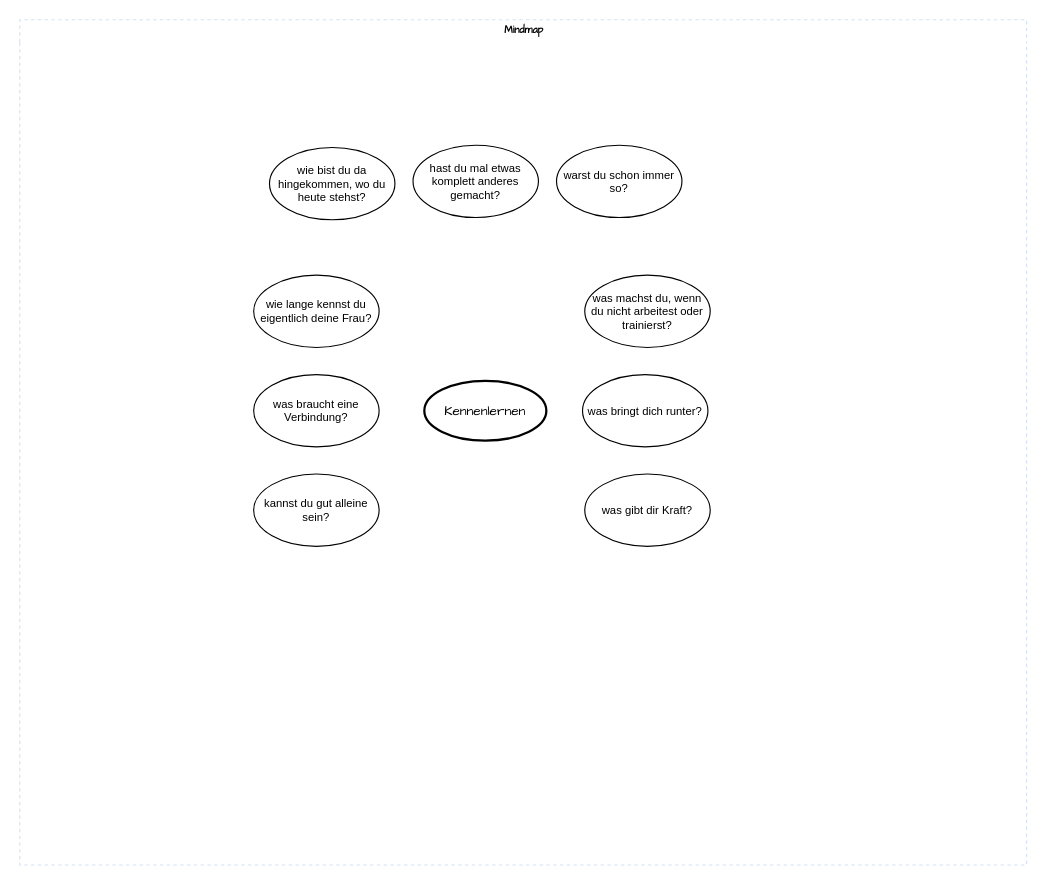
Before: Unbenanntes Diagramm.drawio in Kristian020519/private1, a draw.io diagram. Source tidied: cells renumbered, new cells numbered last; positions are measured from the earlier drawing's top-left corner, leaving out a move shared by most shapes. Both pictures are drawn from the tidied source at 113%, with x=0, y=0 at pixel (19, 19).
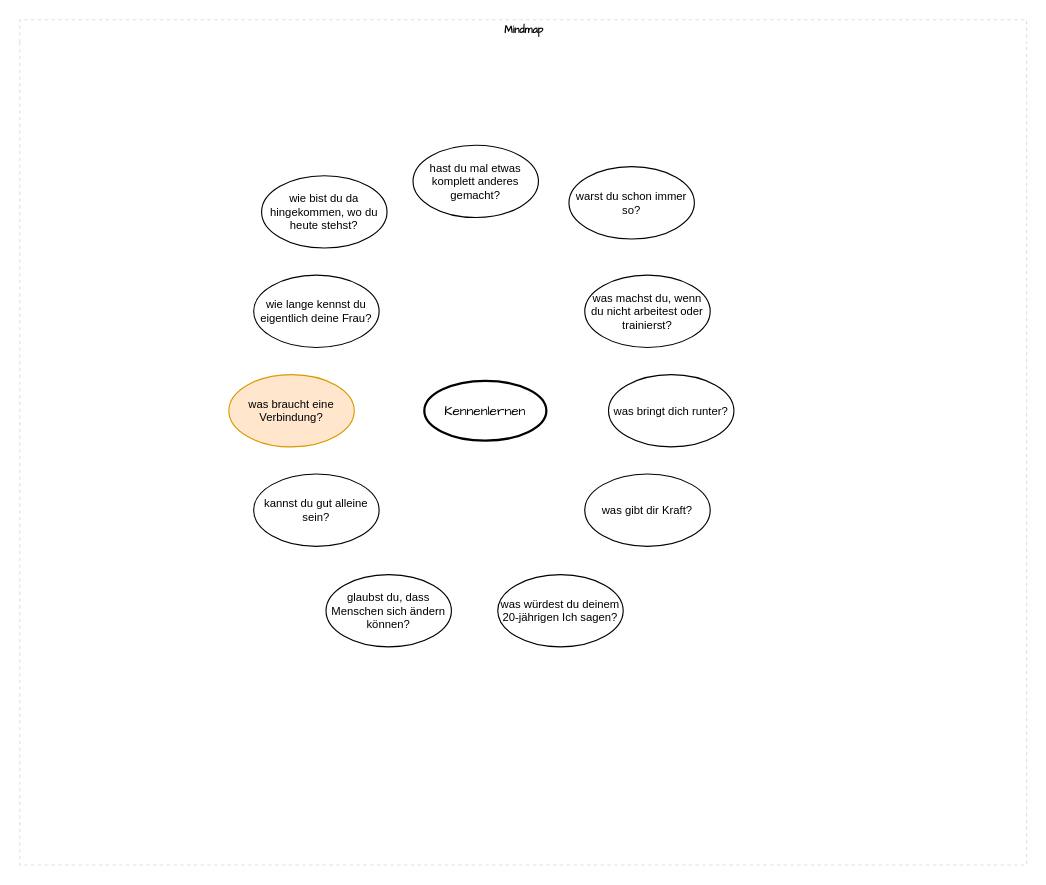
Above is the later version.

Change to the diagram source:
```diff
@@
 <mxGraphModel>
   <root>
     <mxCell id="0" />
     <mxCell id="1" parent="0" />
     <mxCell id="2" value="Mindmap" style="swimlane;html=1;startSize=20;horizontal=1;containerType=tree;labelBackgroundColor=none;strokeColor=#D4E1F5;strokeWidth=1;fillColor=none;fontFamily=Comic Sans MS;fontSize=9;swimlaneLine=0;dashed=1;" parent="1" vertex="1">
       <mxGeometry width="891" height="748" as="geometry" />
     </mxCell>
     <mxCell id="3" value="&lt;font face=&quot;Comic Sans MS&quot;&gt;Kennenlernen&lt;/font&gt;" style="ellipse;whiteSpace=wrap;html=1;align=center;strokeWidth=2;" parent="2" vertex="1">
       <mxGeometry x="358" y="319.5" width="108" height="53" as="geometry" />
     </mxCell>
     <mxCell id="4" value="was machst du, wenn du nicht arbeitest oder trainierst?" style="ellipse;whiteSpace=wrap;html=1;align=center;newEdgeStyle={&quot;edgeStyle&quot;:&quot;entityRelationEdgeStyle&quot;,&quot;startArrow&quot;:&quot;none&quot;,&quot;endArrow&quot;:&quot;none&quot;,&quot;segment&quot;:10,&quot;curved&quot;:1,&quot;sourcePerimeterSpacing&quot;:0,&quot;targetPerimeterSpacing&quot;:0};fontSize=10;" parent="2" vertex="1">
       <mxGeometry x="500" y="226" width="111" height="64" as="geometry" />
     </mxCell>
     <mxCell id="5" value="was bringt dich runter?" style="ellipse;whiteSpace=wrap;html=1;align=center;newEdgeStyle={&quot;edgeStyle&quot;:&quot;entityRelationEdgeStyle&quot;,&quot;startArrow&quot;:&quot;none&quot;,&quot;endArrow&quot;:&quot;none&quot;,&quot;segment&quot;:10,&quot;curved&quot;:1,&quot;sourcePerimeterSpacing&quot;:0,&quot;targetPerimeterSpacing&quot;:0};fontSize=10;" parent="2" vertex="1">
-      <mxGeometry x="498" y="314" width="111" height="64" as="geometry" />
+      <mxGeometry x="521" y="314" width="111" height="64" as="geometry" />
     </mxCell>
     <mxCell id="6" value="was gibt dir Kraft?" style="ellipse;whiteSpace=wrap;html=1;align=center;newEdgeStyle={&quot;edgeStyle&quot;:&quot;entityRelationEdgeStyle&quot;,&quot;startArrow&quot;:&quot;none&quot;,&quot;endArrow&quot;:&quot;none&quot;,&quot;segment&quot;:10,&quot;curved&quot;:1,&quot;sourcePerimeterSpacing&quot;:0,&quot;targetPerimeterSpacing&quot;:0};fontSize=10;" parent="2" vertex="1">
       <mxGeometry x="500" y="402" width="111" height="64" as="geometry" />
     </mxCell>
     <mxCell id="7" value="warst du schon immer so?" style="ellipse;whiteSpace=wrap;html=1;align=center;newEdgeStyle={&quot;edgeStyle&quot;:&quot;entityRelationEdgeStyle&quot;,&quot;startArrow&quot;:&quot;none&quot;,&quot;endArrow&quot;:&quot;none&quot;,&quot;segment&quot;:10,&quot;curved&quot;:1,&quot;sourcePerimeterSpacing&quot;:0,&quot;targetPerimeterSpacing&quot;:0};fontSize=10;" parent="2" vertex="1">
-      <mxGeometry x="475" y="111" width="111" height="64" as="geometry" />
+      <mxGeometry x="486" y="130" width="111" height="64" as="geometry" />
     </mxCell>
     <mxCell id="8" value="hast du mal etwas komplett anderes gemacht?" style="ellipse;whiteSpace=wrap;html=1;align=center;newEdgeStyle={&quot;edgeStyle&quot;:&quot;entityRelationEdgeStyle&quot;,&quot;startArrow&quot;:&quot;none&quot;,&quot;endArrow&quot;:&quot;none&quot;,&quot;segment&quot;:10,&quot;curved&quot;:1,&quot;sourcePerimeterSpacing&quot;:0,&quot;targetPerimeterSpacing&quot;:0};fontSize=10;" parent="2" vertex="1">
       <mxGeometry x="348" y="111" width="111" height="64" as="geometry" />
     </mxCell>
     <mxCell id="9" value="wie bist du da hingekommen, wo du heute stehst?" style="ellipse;whiteSpace=wrap;html=1;align=center;newEdgeStyle={&quot;edgeStyle&quot;:&quot;entityRelationEdgeStyle&quot;,&quot;startArrow&quot;:&quot;none&quot;,&quot;endArrow&quot;:&quot;none&quot;,&quot;segment&quot;:10,&quot;curved&quot;:1,&quot;sourcePerimeterSpacing&quot;:0,&quot;targetPerimeterSpacing&quot;:0};fontSize=10;" parent="2" vertex="1">
-      <mxGeometry x="221" y="113" width="111" height="64" as="geometry" />
+      <mxGeometry x="214" y="138" width="111" height="64" as="geometry" />
     </mxCell>
     <mxCell id="10" value="wie lange kennst du eigentlich deine Frau?" style="ellipse;whiteSpace=wrap;html=1;align=center;newEdgeStyle={&quot;edgeStyle&quot;:&quot;entityRelationEdgeStyle&quot;,&quot;startArrow&quot;:&quot;none&quot;,&quot;endArrow&quot;:&quot;none&quot;,&quot;segment&quot;:10,&quot;curved&quot;:1,&quot;sourcePerimeterSpacing&quot;:0,&quot;targetPerimeterSpacing&quot;:0};fontSize=10;" parent="2" vertex="1">
       <mxGeometry x="207" y="226" width="111" height="64" as="geometry" />
     </mxCell>
-    <mxCell id="11" value="was braucht eine Verbindung?" style="ellipse;whiteSpace=wrap;html=1;align=center;newEdgeStyle={&quot;edgeStyle&quot;:&quot;entityRelationEdgeStyle&quot;,&quot;startArrow&quot;:&quot;none&quot;,&quot;endArrow&quot;:&quot;none&quot;,&quot;segment&quot;:10,&quot;curved&quot;:1,&quot;sourcePerimeterSpacing&quot;:0,&quot;targetPerimeterSpacing&quot;:0};fontSize=10;" parent="2" vertex="1">
-      <mxGeometry x="207" y="314" width="111" height="64" as="geometry" />
+    <mxCell id="11" value="was braucht eine Verbindung?" style="ellipse;whiteSpace=wrap;html=1;align=center;newEdgeStyle={&quot;edgeStyle&quot;:&quot;entityRelationEdgeStyle&quot;,&quot;startArrow&quot;:&quot;none&quot;,&quot;endArrow&quot;:&quot;none&quot;,&quot;segment&quot;:10,&quot;curved&quot;:1,&quot;sourcePerimeterSpacing&quot;:0,&quot;targetPerimeterSpacing&quot;:0};fontSize=10;fillColor=#ffe6cc;strokeColor=#d79b00;" parent="2" vertex="1">
+      <mxGeometry x="185" y="314" width="111" height="64" as="geometry" />
     </mxCell>
     <mxCell id="12" value="kannst du gut alleine sein?" style="ellipse;whiteSpace=wrap;html=1;align=center;newEdgeStyle={&quot;edgeStyle&quot;:&quot;entityRelationEdgeStyle&quot;,&quot;startArrow&quot;:&quot;none&quot;,&quot;endArrow&quot;:&quot;none&quot;,&quot;segment&quot;:10,&quot;curved&quot;:1,&quot;sourcePerimeterSpacing&quot;:0,&quot;targetPerimeterSpacing&quot;:0};fontSize=10;" parent="2" vertex="1">
       <mxGeometry x="207" y="402" width="111" height="64" as="geometry" />
     </mxCell>
+    <mxCell id="13" value="glaubst du, dass Menschen sich ändern können?" style="ellipse;whiteSpace=wrap;html=1;align=center;newEdgeStyle={&quot;edgeStyle&quot;:&quot;entityRelationEdgeStyle&quot;,&quot;startArrow&quot;:&quot;none&quot;,&quot;endArrow&quot;:&quot;none&quot;,&quot;segment&quot;:10,&quot;curved&quot;:1,&quot;sourcePerimeterSpacing&quot;:0,&quot;targetPerimeterSpacing&quot;:0};fontSize=10;" parent="2" vertex="1">
+      <mxGeometry x="271" y="491" width="111" height="64" as="geometry" />
+    </mxCell>
+    <mxCell id="14" value="was würdest du deinem 20-jährigen Ich sagen?" style="ellipse;whiteSpace=wrap;html=1;align=center;newEdgeStyle={&quot;edgeStyle&quot;:&quot;entityRelationEdgeStyle&quot;,&quot;startArrow&quot;:&quot;none&quot;,&quot;endArrow&quot;:&quot;none&quot;,&quot;segment&quot;:10,&quot;curved&quot;:1,&quot;sourcePerimeterSpacing&quot;:0,&quot;targetPerimeterSpacing&quot;:0};fontSize=10;" parent="2" vertex="1">
+      <mxGeometry x="423" y="491" width="111" height="64" as="geometry" />
+    </mxCell>
   </root>
 </mxGraphModel>
```
